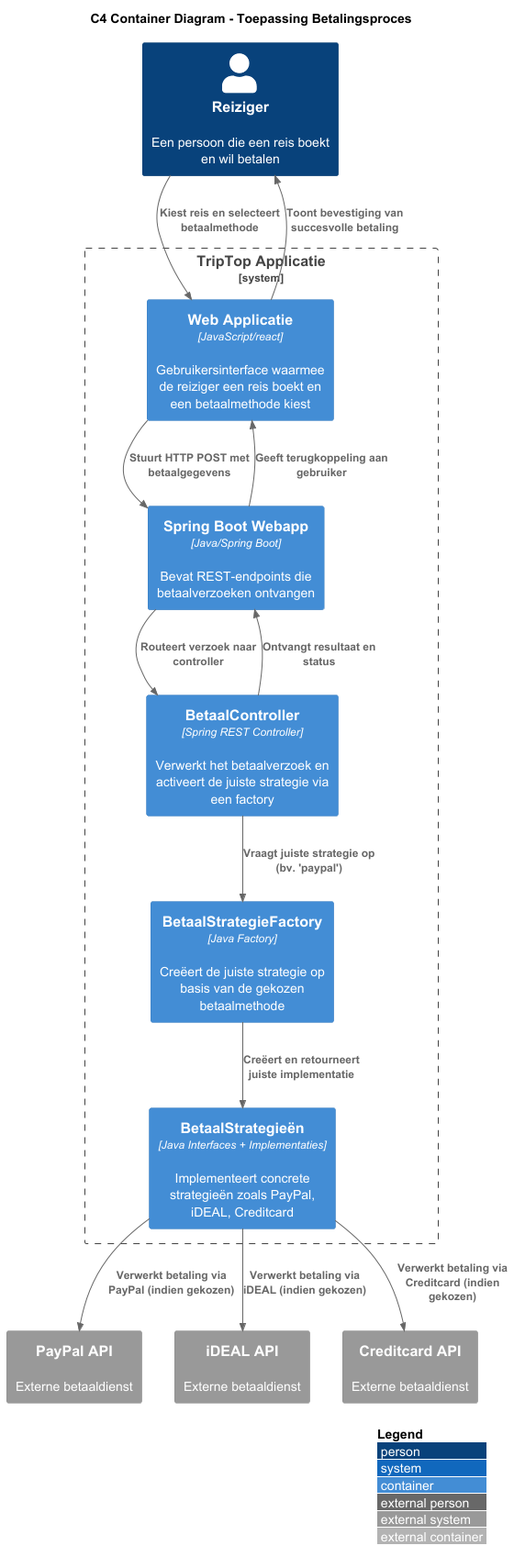
Before: software-guidebook/images/betaalsysteemcontainerdiagram.png, a diagram exported from PlantUML (AIM-ENE-feb25/triptop-groep-5).
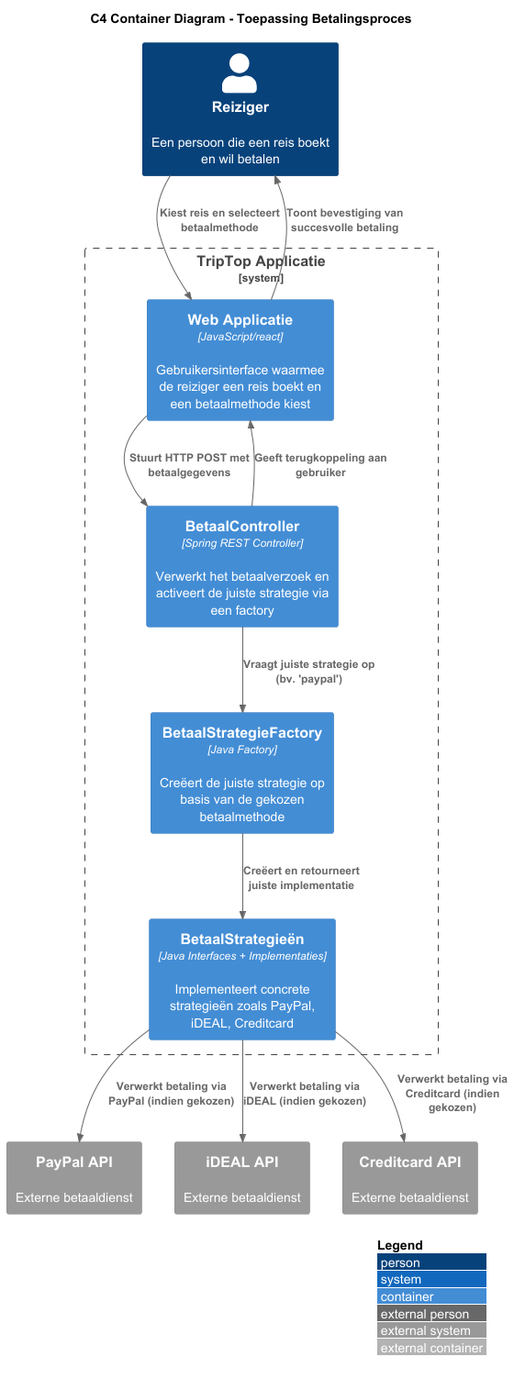
The same diagram one commit later.

Commit message:
Betaling contrainer diagram aangepast

The edit, as a diff of the source:
```diff
@@ -8,8 +8,6 @@
 
 System_Boundary(triptopSysteem, "TripTop Applicatie") {
     Container(webApp, "Web Applicatie", "JavaScript/react","Gebruikersinterface waarmee de reiziger een reis boekt en een betaalmethode kiest")
-
-    Container(apiGateway, "Spring Boot Webapp", "Java/Spring Boot","Bevat REST-endpoints die betaalverzoeken ontvangen")
 
     Container(controller, "BetaalController", "Spring REST Controller","Verwerkt het betaalverzoek en activeert de juiste strategie via een factory")
 
@@ -23,15 +21,13 @@
 System_Ext(ccAPI, "Creditcard API", "Externe betaaldienst")
 
 Rel(reiziger, webApp, "Kiest reis en selecteert betaalmethode")
-Rel(webApp, apiGateway, "Stuurt HTTP POST met betaalgegevens")
-Rel(apiGateway, controller, "Routeert verzoek naar controller")
+Rel(webApp, controller, "Stuurt HTTP POST met betaalgegevens")
 Rel(controller, factory, "Vraagt juiste strategie op (bv. 'paypal')")
 Rel(factory, strategie, "Creëert en retourneert juiste implementatie")
 Rel(strategie, paypalAPI, "Verwerkt betaling via PayPal (indien gekozen)")
 Rel(strategie, idealAPI, "Verwerkt betaling via iDEAL (indien gekozen)")
 Rel(strategie, ccAPI, "Verwerkt betaling via Creditcard (indien gekozen)")
-Rel(controller, apiGateway, "Ontvangt resultaat en status")
-Rel(apiGateway, webApp, "Geeft terugkoppeling aan gebruiker")
+Rel(controller, webApp, "Geeft terugkoppeling aan gebruiker")
 Rel(webApp, reiziger, "Toont bevestiging van succesvolle betaling")
 
 @enduml
```
